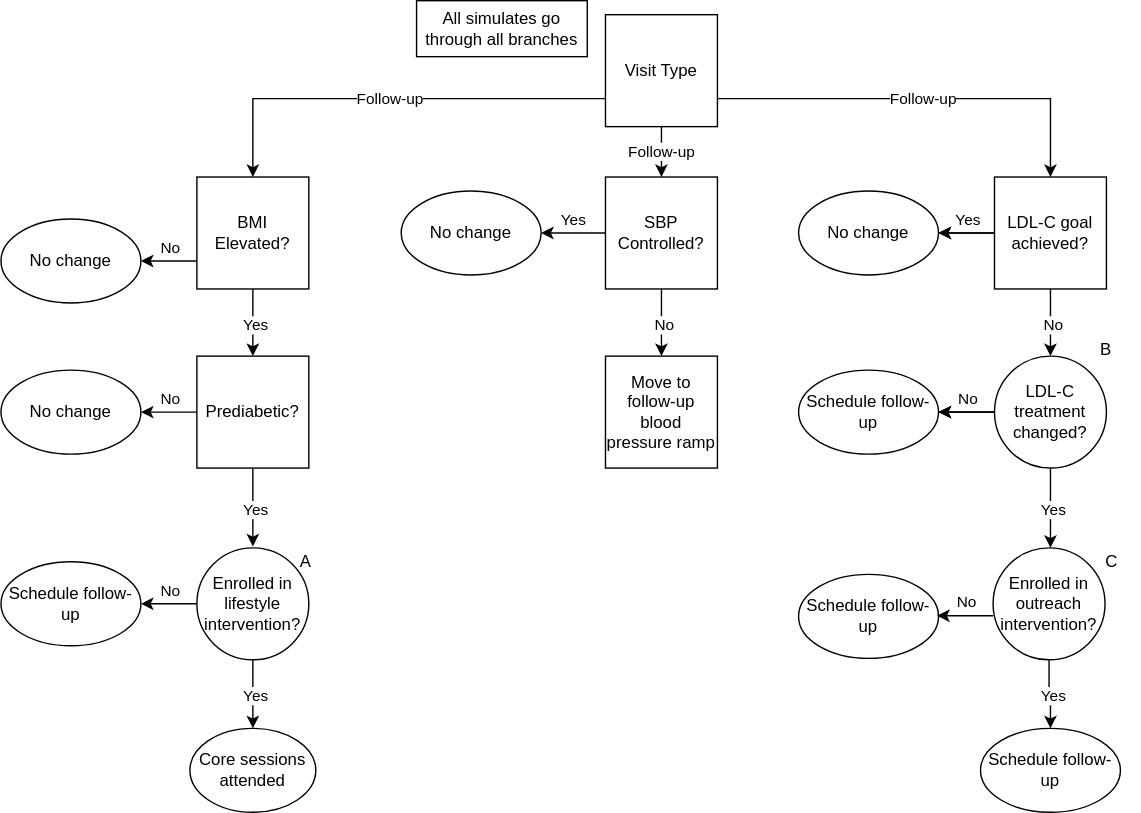
ihmeuw/vivarium_research keeps this draw.io diagram as docs/source/concept_models/vivarium_us_cvd/decision_tree_followup.svg. Above is the earlier version. Source tidied: cells renumbered, new cells last; positions are measured from the earlier drawing's top-left corner, leaving out a move shared by most shapes.
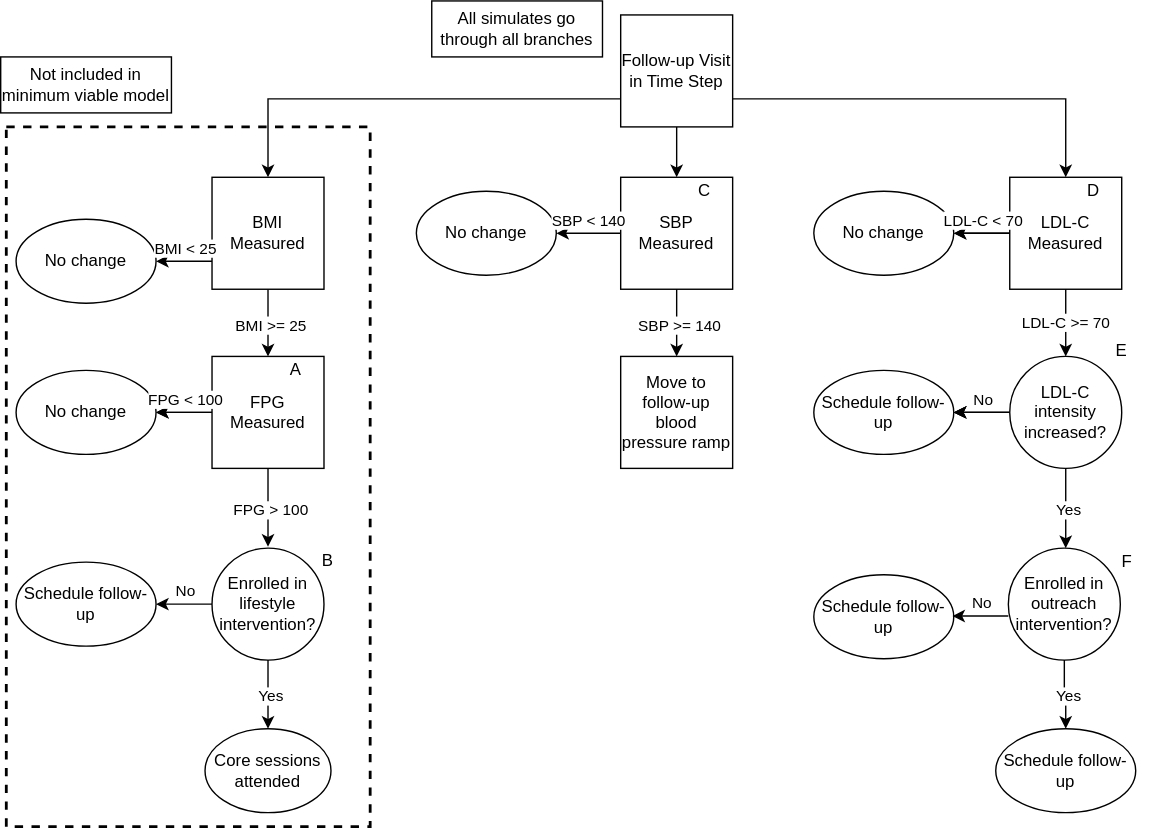
The same file after the commit.

Diff of the diagram source:
```diff
@@ -2,43 +2,43 @@
   <root>
     <mxCell id="0" />
     <mxCell id="1" parent="0" />
+    <mxCell id="58" style="rounded=0;whiteSpace=wrap;html=1;dashed=1;strokeColor=#000000;fillColor=none;strokeWidth=2;" parent="1" vertex="1">
+      <mxGeometry x="-7" y="90" width="260" height="500" as="geometry" />
+    </mxCell>
     <mxCell id="2" style="edgeStyle=orthogonalEdgeStyle;rounded=0;jettySize=auto;html=1;exitX=0.5;exitY=1;exitDx=0;exitDy=0;entryX=0.5;entryY=0;entryDx=0;entryDy=0;" parent="1" edge="1" source="4" target="18">
       <mxGeometry relative="1" as="geometry" />
     </mxCell>
-    <mxCell id="3" value="Yes" style="edgeLabel;html=1;align=center;verticalAlign=middle;" parent="2" vertex="1">
+    <mxCell id="3" value="BMI &amp;gt;= 25" style="edgeLabel;html=1;align=center;verticalAlign=middle;" parent="2" vertex="1">
       <mxGeometry x="0.02" y="1" relative="1" as="geometry" />
     </mxCell>
-    <mxCell id="4" value="BMI Elevated?" style="whiteSpace=wrap;html=1;" parent="1" vertex="1">
+    <mxCell id="4" value="BMI Measured" style="whiteSpace=wrap;html=1;" parent="1" vertex="1">
       <mxGeometry x="140" y="126" width="80" height="80" as="geometry" />
     </mxCell>
     <mxCell id="5" value="No change" style="ellipse;whiteSpace=wrap;html=1;" parent="1" vertex="1">
       <mxGeometry y="156" width="100" height="60" as="geometry" />
     </mxCell>
-    <mxCell id="6" value="Follow-up" style="edgeStyle=orthogonalEdgeStyle;rounded=0;jettySize=auto;html=1;exitX=0.5;exitY=1;exitDx=0;exitDy=0;entryX=0.5;entryY=0;entryDx=0;entryDy=0;" parent="1" edge="1" source="7" target="10">
+    <mxCell id="6" style="edgeStyle=orthogonalEdgeStyle;rounded=0;jettySize=auto;html=1;exitX=0.5;exitY=1;exitDx=0;exitDy=0;entryX=0.5;entryY=0;entryDx=0;entryDy=0;" parent="1" edge="1" source="7" target="10">
       <mxGeometry relative="1" as="geometry" />
     </mxCell>
-    <mxCell id="7" value="Visit Type" style="whiteSpace=wrap;html=1;" parent="1" vertex="1">
+    <mxCell id="7" value="Follow-up Visit in Time Step" style="whiteSpace=wrap;html=1;" parent="1" vertex="1">
       <mxGeometry x="432" y="10" width="80" height="80" as="geometry" />
     </mxCell>
     <mxCell id="8" value="Enrolled in lifestyle intervention?" style="ellipse;whiteSpace=wrap;html=1;" parent="1" vertex="1">
       <mxGeometry x="140" y="391" width="80" height="80" as="geometry" />
     </mxCell>
-    <mxCell id="9" value="Follow-up" style="edgeStyle=orthogonalEdgeStyle;rounded=0;jettySize=auto;exitX=0;exitY=0.75;exitDx=0;exitDy=0;entryX=0.5;entryY=0;entryDx=0;entryDy=0;html=1;" parent="1" edge="1" source="7" target="4">
+    <mxCell id="9" style="edgeStyle=orthogonalEdgeStyle;rounded=0;jettySize=auto;exitX=0;exitY=0.75;exitDx=0;exitDy=0;entryX=0.5;entryY=0;entryDx=0;entryDy=0;html=1;" parent="1" edge="1" source="7" target="4">
       <mxGeometry relative="1" as="geometry" />
     </mxCell>
-    <mxCell id="10" value="SBP Controlled?" style="whiteSpace=wrap;html=1;" parent="1" vertex="1">
+    <mxCell id="10" value="SBP Measured" style="whiteSpace=wrap;html=1;" parent="1" vertex="1">
       <mxGeometry x="432" y="126" width="80" height="80" as="geometry" />
     </mxCell>
-    <mxCell id="11" value="Follow-up" style="edgeStyle=orthogonalEdgeStyle;rounded=0;jettySize=auto;html=1;exitX=1;exitY=0.75;exitDx=0;exitDy=0;entryX=0.5;entryY=0;entryDx=0;entryDy=0;" parent="1" edge="1" source="7" target="14">
+    <mxCell id="11" style="edgeStyle=orthogonalEdgeStyle;rounded=0;jettySize=auto;html=1;exitX=1;exitY=0.75;exitDx=0;exitDy=0;entryX=0.5;entryY=0;entryDx=0;entryDy=0;" parent="1" edge="1" source="7" target="14">
       <mxGeometry relative="1" as="geometry" />
     </mxCell>
-    <mxCell id="12" value="A" style="text;html=1;strokeColor=none;fillColor=none;align=center;verticalAlign=middle;whiteSpace=wrap;rounded=0;" parent="1" vertex="1">
-      <mxGeometry x="198" y="391" width="40" height="20" as="geometry" />
-    </mxCell>
     <mxCell id="13" style="edgeStyle=orthogonalEdgeStyle;rounded=0;jettySize=auto;html=1;" parent="1" edge="1" source="14" target="37">
       <mxGeometry relative="1" as="geometry" />
     </mxCell>
-    <mxCell id="14" value="LDL-C goal achieved?" style="whiteSpace=wrap;html=1;" parent="1" vertex="1">
+    <mxCell id="14" value="LDL-C Measured" style="whiteSpace=wrap;html=1;" parent="1" vertex="1">
       <mxGeometry x="710" y="126" width="80" height="80" as="geometry" />
     </mxCell>
     <mxCell id="15" value="All simulates go through all branches" style="rounded=0;whiteSpace=wrap;html=1;" parent="1" vertex="1">
@@ -47,12 +47,15 @@
     <mxCell id="16" style="edgeStyle=orthogonalEdgeStyle;rounded=0;jettySize=auto;html=1;exitX=0;exitY=0.75;exitDx=0;exitDy=0;entryX=1;entryY=0.5;entryDx=0;entryDy=0;" parent="1" edge="1" source="4" target="5">
       <mxGeometry relative="1" as="geometry" />
     </mxCell>
-    <mxCell id="17" value="No" style="edgeLabel;html=1;align=center;verticalAlign=middle;" parent="16" vertex="1">
+    <mxCell id="17" value="BMI &amp;lt; 25" style="edgeLabel;html=1;align=center;verticalAlign=middle;" parent="16" vertex="1">
       <mxGeometry x="0.4" y="-1" relative="1" as="geometry">
         <mxPoint x="8" y="-9" as="offset" />
       </mxGeometry>
     </mxCell>
+    <mxCell id="59" style="edgeStyle=orthogonalEdgeStyle;rounded=0;jettySize=auto;html=1;" parent="1" edge="1" source="18" target="21">
+      <mxGeometry relative="1" as="geometry" />
+    </mxCell>
-    <mxCell id="18" value="Prediabetic?" style="whiteSpace=wrap;html=1;" parent="1" vertex="1">
+    <mxCell id="18" value="FPG Measured" style="whiteSpace=wrap;html=1;" parent="1" vertex="1">
       <mxGeometry x="140" y="254" width="80" height="80" as="geometry" />
     </mxCell>
     <mxCell id="19" style="edgeStyle=orthogonalEdgeStyle;rounded=0;jettySize=auto;html=1;exitX=0.5;exitY=1;exitDx=0;exitDy=0;" parent="1" edge="1" source="18">
@@ -60,7 +63,7 @@
         <mxPoint x="180" y="390" as="targetPoint" />
       </mxGeometry>
     </mxCell>
-    <mxCell id="20" value="Yes" style="edgeLabel;html=1;align=center;verticalAlign=middle;" parent="19" vertex="1">
+    <mxCell id="20" value="FPG &amp;gt; 100" style="edgeLabel;html=1;align=center;verticalAlign=middle;" parent="19" vertex="1">
       <mxGeometry x="0.02" y="1" relative="1" as="geometry" />
     </mxCell>
     <mxCell id="21" value="No change" style="ellipse;whiteSpace=wrap;html=1;" parent="1" vertex="1">
@@ -72,7 +75,7 @@
     <mxCell id="23" style="edgeStyle=orthogonalEdgeStyle;rounded=0;jettySize=auto;html=1;exitX=0;exitY=0.5;exitDx=0;exitDy=0;entryX=1;entryY=0.5;entryDx=0;entryDy=0;" parent="1" edge="1" source="18" target="21">
       <mxGeometry relative="1" as="geometry" />
     </mxCell>
-    <mxCell id="24" value="No" style="edgeLabel;html=1;align=center;verticalAlign=middle;" parent="23" vertex="1">
+    <mxCell id="24" value="FPG &amp;lt; 100" style="edgeLabel;html=1;align=center;verticalAlign=middle;" parent="23" vertex="1">
       <mxGeometry x="0.4" y="-1" relative="1" as="geometry">
         <mxPoint x="8" y="-9" as="offset" />
       </mxGeometry>
@@ -88,7 +91,7 @@
     <mxCell id="27" style="edgeStyle=orthogonalEdgeStyle;rounded=0;jettySize=auto;html=1;exitX=0.5;exitY=1;exitDx=0;exitDy=0;entryX=0.5;entryY=0;entryDx=0;entryDy=0;" parent="1" edge="1" source="10" target="46">
       <mxGeometry relative="1" as="geometry" />
     </mxCell>
-    <mxCell id="28" value="No" style="edgeLabel;html=1;align=center;verticalAlign=middle;" parent="27" vertex="1">
+    <mxCell id="28" value="SBP &amp;gt;= 140" style="edgeLabel;html=1;align=center;verticalAlign=middle;" parent="27" vertex="1">
       <mxGeometry x="0.02" y="1" relative="1" as="geometry" />
     </mxCell>
     <mxCell id="29" style="edgeStyle=orthogonalEdgeStyle;rounded=0;jettySize=auto;html=1;exitX=0.5;exitY=1;exitDx=0;exitDy=0;" parent="1" edge="1" source="8">
@@ -99,14 +102,11 @@
     <mxCell id="30" value="Yes" style="edgeLabel;html=1;align=center;verticalAlign=middle;" parent="29" vertex="1">
       <mxGeometry x="0.02" y="1" relative="1" as="geometry" />
     </mxCell>
-    <mxCell id="31" style="edgeStyle=orthogonalEdgeStyle;rounded=0;jettySize=auto;html=1;exitX=0.5;exitY=1;exitDx=0;exitDy=0;entryX=0.5;entryY=0;entryDx=0;entryDy=0;" parent="1" edge="1" source="14">
+    <mxCell id="31" value="LDL-C &amp;gt;= 70" style="edgeStyle=orthogonalEdgeStyle;rounded=0;jettySize=auto;html=1;exitX=0.5;exitY=1;exitDx=0;exitDy=0;entryX=0.5;entryY=0;entryDx=0;entryDy=0;" parent="1" edge="1" source="14">
       <mxGeometry relative="1" as="geometry">
         <mxPoint x="750" y="254" as="targetPoint" />
       </mxGeometry>
     </mxCell>
-    <mxCell id="32" value="No" style="edgeLabel;html=1;align=center;verticalAlign=middle;" parent="31" vertex="1">
-      <mxGeometry x="0.02" y="1" relative="1" as="geometry" />
-    </mxCell>
     <mxCell id="33" style="edgeStyle=orthogonalEdgeStyle;rounded=0;orthogonalLoop=1;jettySize=auto;html=1;exitX=0.5;exitY=1;exitDx=0;exitDy=0;entryX=0.5;entryY=0;entryDx=0;entryDy=0;" parent="1" edge="1">
       <mxGeometry relative="1" as="geometry">
         <mxPoint x="750" y="334" as="sourcePoint" />
@@ -116,7 +116,7 @@
     <mxCell id="34" value="Yes" style="edgeLabel;html=1;align=center;verticalAlign=middle;" parent="33" vertex="1">
       <mxGeometry x="0.02" y="1" relative="1" as="geometry" />
     </mxCell>
-    <mxCell id="35" value="B" style="text;html=1;strokeColor=none;fillColor=none;align=center;verticalAlign=middle;whiteSpace=wrap;rounded=0;" parent="1" vertex="1">
+    <mxCell id="35" value="E" style="text;html=1;strokeColor=none;fillColor=none;align=center;verticalAlign=middle;whiteSpace=wrap;rounded=0;" parent="1" vertex="1">
       <mxGeometry x="770" y="240" width="40" height="20" as="geometry" />
     </mxCell>
     <mxCell id="36" value="No change" style="ellipse;whiteSpace=wrap;html=1;" parent="1" vertex="1">
@@ -128,7 +128,7 @@
     <mxCell id="38" style="edgeStyle=orthogonalEdgeStyle;rounded=0;jettySize=auto;html=1;exitX=0;exitY=0.5;exitDx=0;exitDy=0;entryX=1;entryY=0.5;entryDx=0;entryDy=0;" parent="1" edge="1" source="10" target="36">
       <mxGeometry relative="1" as="geometry" />
     </mxCell>
-    <mxCell id="39" value="Yes" style="edgeLabel;html=1;align=center;verticalAlign=middle;" parent="38" vertex="1">
+    <mxCell id="39" value="SBP &amp;lt; 140" style="edgeLabel;html=1;align=center;verticalAlign=middle;" parent="38" vertex="1">
       <mxGeometry x="0.4" y="-1" relative="1" as="geometry">
         <mxPoint x="8" y="-9" as="offset" />
       </mxGeometry>
@@ -136,7 +136,7 @@
     <mxCell id="40" style="edgeStyle=orthogonalEdgeStyle;rounded=0;jettySize=auto;html=1;exitX=0;exitY=0.5;exitDx=0;exitDy=0;entryX=1;entryY=0.5;entryDx=0;entryDy=0;" parent="1" edge="1" source="14" target="37">
       <mxGeometry relative="1" as="geometry" />
     </mxCell>
-    <mxCell id="41" value="Yes" style="edgeLabel;html=1;align=center;verticalAlign=middle;" parent="40" vertex="1">
+    <mxCell id="41" value="LDL-C &amp;lt; 70" style="edgeLabel;html=1;align=center;verticalAlign=middle;" parent="40" vertex="1">
       <mxGeometry x="0.4" y="-1" relative="1" as="geometry">
         <mxPoint x="8" y="-9" as="offset" />
       </mxGeometry>
@@ -169,13 +169,13 @@
     <mxCell id="49" style="edgeStyle=orthogonalEdgeStyle;rounded=0;jettySize=auto;html=1;" parent="1" edge="1" source="50" target="44">
       <mxGeometry relative="1" as="geometry" />
     </mxCell>
-    <mxCell id="50" value="LDL-C treatment changed?" style="ellipse;whiteSpace=wrap;html=1;" parent="1" vertex="1">
+    <mxCell id="50" value="LDL-C intensity increased?" style="ellipse;whiteSpace=wrap;html=1;" parent="1" vertex="1">
       <mxGeometry x="710" y="254" width="80" height="80" as="geometry" />
     </mxCell>
     <mxCell id="51" value="Enrolled in outreach intervention?" style="ellipse;whiteSpace=wrap;html=1;" parent="1" vertex="1">
       <mxGeometry x="709" y="391" width="80" height="80" as="geometry" />
     </mxCell>
-    <mxCell id="52" value="C" style="text;html=1;strokeColor=none;fillColor=none;align=center;verticalAlign=middle;whiteSpace=wrap;rounded=0;" parent="1" vertex="1">
+    <mxCell id="52" value="F" style="text;html=1;strokeColor=none;fillColor=none;align=center;verticalAlign=middle;whiteSpace=wrap;rounded=0;" parent="1" vertex="1">
       <mxGeometry x="774" y="391" width="40" height="20" as="geometry" />
     </mxCell>
     <mxCell id="53" style="edgeStyle=orthogonalEdgeStyle;rounded=0;jettySize=auto;html=1;exitX=0.5;exitY=1;exitDx=0;exitDy=0;entryX=0.5;entryY=0;entryDx=0;entryDy=0;" parent="1" edge="1" source="51" target="47">
@@ -198,5 +198,20 @@
         <mxPoint x="8" y="-9" as="offset" />
       </mxGeometry>
     </mxCell>
+    <mxCell id="60" value="Not included in minimum viable model" style="rounded=0;whiteSpace=wrap;html=1;" parent="1" vertex="1">
+      <mxGeometry x="-11" y="40" width="122" height="40" as="geometry" />
+    </mxCell>
+    <mxCell id="12" value="A" style="text;html=1;strokeColor=none;fillColor=none;align=center;verticalAlign=middle;whiteSpace=wrap;rounded=0;" parent="1" vertex="1">
+      <mxGeometry x="180" y="254" width="40" height="20" as="geometry" />
+    </mxCell>
+    <mxCell id="61" value="B" style="text;html=1;strokeColor=none;fillColor=none;align=center;verticalAlign=middle;whiteSpace=wrap;rounded=0;" parent="1" vertex="1">
+      <mxGeometry x="203" y="390" width="40" height="20" as="geometry" />
+    </mxCell>
+    <mxCell id="62" value="C" style="text;html=1;strokeColor=none;fillColor=none;align=center;verticalAlign=middle;whiteSpace=wrap;rounded=0;" parent="1" vertex="1">
+      <mxGeometry x="472" y="126" width="40" height="20" as="geometry" />
+    </mxCell>
+    <mxCell id="63" value="D" style="text;html=1;strokeColor=none;fillColor=none;align=center;verticalAlign=middle;whiteSpace=wrap;rounded=0;" parent="1" vertex="1">
+      <mxGeometry x="750" y="126" width="40" height="20" as="geometry" />
+    </mxCell>
   </root>
 </mxGraphModel>
```
